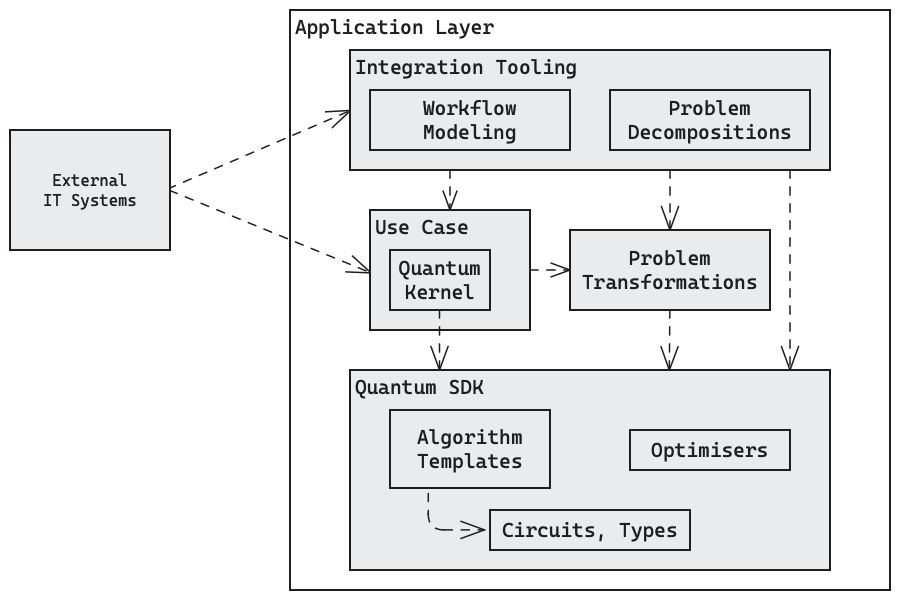
Above: docs/reference-architecture/images/Building-Blocks-L2-Application-Layer.excalidraw.png in FullStaQD/architecture (Excalidraw), before the change. Source tidied: one line per element, renumbered; positions are measured from the earlier drawing's top-left corner, leaving out a move shared by most shapes. Source of this version:
```json
{"id": 0, "type": "rectangle", "strokeColor": "#1e1e1e", "backgroundColor": "#ffffff", "fillStyle": "solid", "strokeWidth": 1, "roughness": 0, "x": 280, "y": 0, "width": 600, "height": 580}
{"id": 1, "type": "text", "text": "Application Layer", "strokeColor": "#1e1e1e", "strokeWidth": 1, "roughness": 0, "fontSize": 20, "fontFamily": 3, "inside": 0, "x": 285, "y": 5, "width": 199, "height": 24}
{"id": 2, "type": "arrow", "strokeColor": "#1e1e1e", "backgroundColor": "#e9ecef", "fillStyle": "solid", "strokeWidth": 1, "strokeStyle": "dashed", "roughness": 0, "endArrowhead": "arrow", "round": true, "from": 31, "to": 3, "x": 158, "y": 179, "width": 183, "height": 78, "points": [[0, 0], [183, -78]]}
{"id": 3, "type": "rectangle", "strokeColor": "#1e1e1e", "backgroundColor": "#e9ecef", "fillStyle": "solid", "strokeWidth": 1, "roughness": 0, "x": 340, "y": 40, "width": 480, "height": 120}
{"id": 4, "type": "text", "text": "Integration Tooling", "strokeColor": "#1e1e1e", "backgroundColor": "#ffffff", "fillStyle": "solid", "strokeWidth": 1, "roughness": 0, "fontSize": 20, "fontFamily": 3, "inside": 3, "x": 345, "y": 45, "width": 223, "height": 24}
{"id": 5, "type": "rectangle", "strokeColor": "#1e1e1e", "backgroundColor": "#e9ecef", "fillStyle": "solid", "strokeWidth": 1, "roughness": 0, "x": 340, "y": 360, "width": 480, "height": 200}
{"id": 6, "type": "text", "text": "Quantum SDK", "strokeColor": "#1e1e1e", "backgroundColor": "#ffffff", "fillStyle": "solid", "strokeWidth": 1, "roughness": 0, "fontSize": 20, "fontFamily": 3, "inside": 5, "x": 345, "y": 365, "width": 129, "height": 24}
{"id": 7, "type": "rectangle", "strokeColor": "#1e1e1e", "backgroundColor": "#e9ecef", "fillStyle": "solid", "strokeWidth": 1, "roughness": 0, "x": 560, "y": 220, "width": 200, "height": 80}
{"id": 8, "type": "text", "text": "Problem\nTransformations", "strokeColor": "#1e1e1e", "backgroundColor": "#ffffff", "fillStyle": "solid", "strokeWidth": 1, "roughness": 0, "fontSize": 20, "fontFamily": 3, "textAlign": "center", "verticalAlign": "middle", "inside": 7, "x": 572, "y": 236, "width": 176, "height": 48}
{"id": 9, "type": "rectangle", "strokeColor": "#1e1e1e", "backgroundColor": "#e9ecef", "fillStyle": "solid", "strokeWidth": 1, "roughness": 0, "x": 380, "y": 400, "width": 160, "height": 78}
{"id": 10, "type": "text", "text": "Algorithm\nTemplates", "strokeColor": "#1e1e1e", "backgroundColor": "#ffffff", "fillStyle": "solid", "strokeWidth": 1, "roughness": 0, "fontSize": 20, "fontFamily": 3, "textAlign": "center", "verticalAlign": "middle", "inside": 9, "x": 407, "y": 415, "width": 105, "height": 48}
{"id": 11, "type": "rectangle", "strokeColor": "#1e1e1e", "backgroundColor": "#e9ecef", "fillStyle": "solid", "strokeWidth": 1, "roughness": 0, "x": 480, "y": 500, "width": 200, "height": 40}
{"id": 12, "type": "text", "text": "Circuits, Types", "strokeColor": "#1e1e1e", "backgroundColor": "#ffffff", "fillStyle": "solid", "strokeWidth": 1, "roughness": 0, "fontSize": 20, "fontFamily": 3, "textAlign": "center", "verticalAlign": "middle", "inside": 11, "x": 492, "y": 508, "width": 176, "height": 24}
{"id": 13, "type": "rectangle", "strokeColor": "#1e1e1e", "backgroundColor": "#e9ecef", "fillStyle": "solid", "strokeWidth": 1, "roughness": 0, "x": 620, "y": 420, "width": 160, "height": 40}
{"id": 14, "type": "text", "text": "Optimisers", "strokeColor": "#1e1e1e", "backgroundColor": "#ffffff", "fillStyle": "solid", "strokeWidth": 1, "roughness": 0, "fontSize": 20, "fontFamily": 3, "textAlign": "center", "verticalAlign": "middle", "inside": 13, "x": 641, "y": 428, "width": 117, "height": 24}
{"id": 15, "type": "arrow", "strokeColor": "#1e1e1e", "backgroundColor": "#e9ecef", "fillStyle": "solid", "strokeWidth": 1, "strokeStyle": "dashed", "roughness": 0, "endArrowhead": "arrow", "from": 9, "to": 11, "x": 418, "y": 484, "width": 56, "height": 36, "points": [[0, 0], [0, 36], [56, 36]]}
{"id": 16, "type": "arrow", "strokeColor": "#1e1e1e", "backgroundColor": "#e9ecef", "fillStyle": "solid", "strokeWidth": 1, "strokeStyle": "dashed", "roughness": 0, "endArrowhead": "arrow", "round": true, "from": 7, "x": 660, "y": 300, "width": 1, "height": 60, "points": [[0, 0], [-1, 60]]}
{"id": 17, "type": "rectangle", "strokeColor": "#1e1e1e", "backgroundColor": "#e9ecef", "fillStyle": "solid", "strokeWidth": 1, "roughness": 0, "x": 600, "y": 80, "width": 200, "height": 60}
{"id": 18, "type": "text", "text": "Problem\nDecompositions", "strokeColor": "#1e1e1e", "backgroundColor": "#ffffff", "fillStyle": "solid", "strokeWidth": 1, "roughness": 0, "fontSize": 20, "fontFamily": 3, "textAlign": "center", "verticalAlign": "middle", "inside": 17, "x": 618, "y": 86, "width": 164, "height": 48}
{"id": 19, "type": "arrow", "strokeColor": "#1e1e1e", "backgroundColor": "#e9ecef", "fillStyle": "solid", "strokeWidth": 1, "strokeStyle": "dashed", "roughness": 0, "endArrowhead": "arrow", "round": true, "x": 660, "y": 160, "width": 0, "height": 60, "points": [[0, 0], [0, 60]]}
{"id": 20, "type": "arrow", "strokeColor": "#1e1e1e", "backgroundColor": "#e9ecef", "fillStyle": "solid", "strokeWidth": 1, "strokeStyle": "dashed", "roughness": 0, "endArrowhead": "arrow", "round": true, "x": 780, "y": 160, "width": 0, "height": 200, "points": [[0, 0], [0, 200]]}
{"id": 21, "type": "arrow", "strokeColor": "#1e1e1e", "backgroundColor": "#e9ecef", "fillStyle": "solid", "strokeWidth": 1, "strokeStyle": "dashed", "roughness": 0, "endArrowhead": "arrow", "round": true, "x": 440, "y": 160, "width": 0, "height": 40, "points": [[0, 0], [0, 40]]}
{"id": 22, "type": "arrow", "strokeColor": "#1e1e1e", "backgroundColor": "#e9ecef", "fillStyle": "solid", "strokeWidth": 1, "strokeStyle": "dashed", "roughness": 0, "endArrowhead": "arrow", "round": true, "x": 520, "y": 260, "width": 40, "height": 0, "points": [[0, 0], [40, 0]]}
{"id": 23, "type": "arrow", "strokeColor": "#1e1e1e", "backgroundColor": "#e9ecef", "fillStyle": "solid", "strokeWidth": 1, "strokeStyle": "dashed", "roughness": 0, "endArrowhead": "arrow", "round": true, "from": 31, "to": 24, "x": 160, "y": 180, "width": 201, "height": 82, "points": [[0, 0], [201, 82]]}
{"id": 24, "type": "rectangle", "strokeColor": "#1e1e1e", "backgroundColor": "#e9ecef", "fillStyle": "solid", "strokeWidth": 1, "roughness": 0, "x": 360, "y": 200, "width": 160, "height": 120}
{"id": 25, "type": "text", "text": "Use Case", "strokeColor": "#1e1e1e", "backgroundColor": "#ffffff", "fillStyle": "solid", "strokeWidth": 1, "roughness": 0, "fontSize": 20, "fontFamily": 3, "inside": 24, "x": 365, "y": 205, "width": 94, "height": 24}
{"id": 26, "type": "rectangle", "strokeColor": "#1e1e1e", "backgroundColor": "#e9ecef", "fillStyle": "solid", "strokeWidth": 1, "roughness": 0, "x": 380, "y": 240, "width": 100, "height": 60}
{"id": 27, "type": "text", "text": "Quantum\nKernel", "strokeColor": "#1e1e1e", "backgroundColor": "#ffffff", "fillStyle": "solid", "strokeWidth": 1, "roughness": 0, "fontSize": 20, "fontFamily": 3, "textAlign": "center", "verticalAlign": "middle", "inside": 26, "x": 389, "y": 246, "width": 82, "height": 48}
{"id": 28, "type": "rectangle", "strokeColor": "#1e1e1e", "backgroundColor": "#e9ecef", "fillStyle": "solid", "strokeWidth": 1, "roughness": 0, "x": 360, "y": 80, "width": 200, "height": 60}
{"id": 29, "type": "text", "text": "Workflow\nModeling", "strokeColor": "#1e1e1e", "backgroundColor": "#ffffff", "fillStyle": "solid", "strokeWidth": 1, "roughness": 0, "fontSize": 20, "fontFamily": 3, "textAlign": "center", "verticalAlign": "middle", "inside": 28, "x": 413, "y": 86, "width": 94, "height": 48}
{"id": 30, "type": "arrow", "strokeColor": "#1e1e1e", "backgroundColor": "#e9ecef", "fillStyle": "solid", "strokeWidth": 1, "strokeStyle": "dashed", "roughness": 0, "endArrowhead": "arrow", "round": true, "x": 430, "y": 300, "width": 0, "height": 60, "points": [[0, 0], [0, 60]]}
{"id": 31, "type": "rectangle", "strokeColor": "#1e1e1e", "backgroundColor": "#e9ecef", "fillStyle": "solid", "strokeWidth": 1, "roughness": 0, "x": 0, "y": 120, "width": 160, "height": 120}
{"id": 32, "type": "text", "text": "External\nIT Systems", "strokeColor": "#1e1e1e", "backgroundColor": "#e9ecef", "fillStyle": "solid", "strokeWidth": 1, "roughness": 0, "fontSize": 16, "fontFamily": 3, "textAlign": "center", "verticalAlign": "middle", "inside": 31, "x": 33, "y": 161, "width": 94, "height": 38}
```
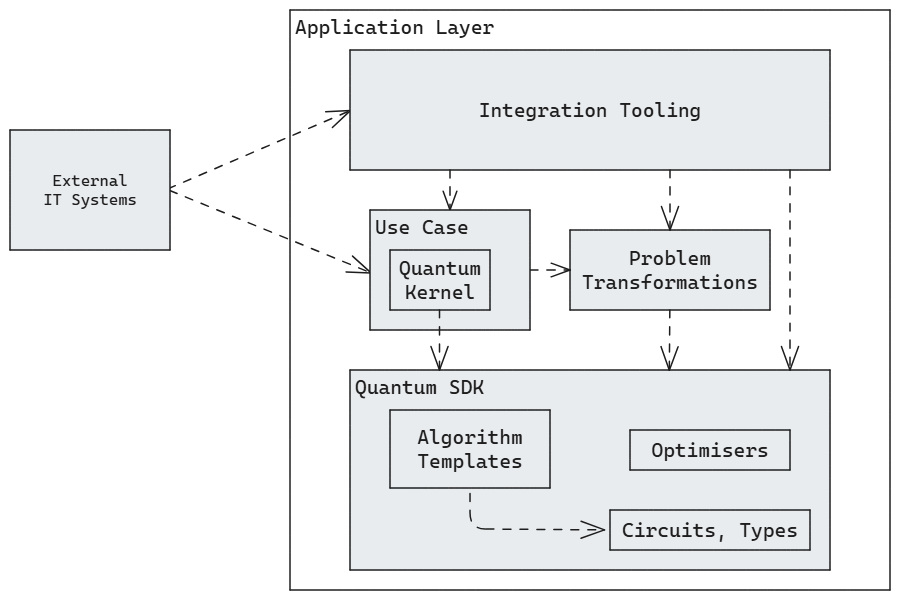
The same file after the commit.

What changed in the source:
```diff
@@ -2,21 +2,19 @@
 {"id": 1, "type": "text", "text": "Application Layer", "strokeColor": "#1e1e1e", "strokeWidth": 1, "roughness": 0, "fontSize": 20, "fontFamily": 3, "inside": 0, "x": 285, "y": 5, "width": 199, "height": 24}
 {"id": 2, "type": "arrow", "strokeColor": "#1e1e1e", "backgroundColor": "#e9ecef", "fillStyle": "solid", "strokeWidth": 1, "strokeStyle": "dashed", "roughness": 0, "endArrowhead": "arrow", "round": true, "from": 31, "to": 3, "x": 158, "y": 179, "width": 183, "height": 78, "points": [[0, 0], [183, -78]]}
 {"id": 3, "type": "rectangle", "strokeColor": "#1e1e1e", "backgroundColor": "#e9ecef", "fillStyle": "solid", "strokeWidth": 1, "roughness": 0, "x": 340, "y": 40, "width": 480, "height": 120}
-{"id": 4, "type": "text", "text": "Integration Tooling", "strokeColor": "#1e1e1e", "backgroundColor": "#ffffff", "fillStyle": "solid", "strokeWidth": 1, "roughness": 0, "fontSize": 20, "fontFamily": 3, "inside": 3, "x": 345, "y": 45, "width": 223, "height": 24}
+{"id": 4, "type": "text", "text": "Integration Tooling", "strokeColor": "#1e1e1e", "backgroundColor": "#ffffff", "fillStyle": "solid", "strokeWidth": 1, "roughness": 0, "fontSize": 20, "fontFamily": 3, "textAlign": "center", "verticalAlign": "middle", "inside": 3, "x": 469, "y": 88, "width": 223, "height": 24}
 {"id": 5, "type": "rectangle", "strokeColor": "#1e1e1e", "backgroundColor": "#e9ecef", "fillStyle": "solid", "strokeWidth": 1, "roughness": 0, "x": 340, "y": 360, "width": 480, "height": 200}
 {"id": 6, "type": "text", "text": "Quantum SDK", "strokeColor": "#1e1e1e", "backgroundColor": "#ffffff", "fillStyle": "solid", "strokeWidth": 1, "roughness": 0, "fontSize": 20, "fontFamily": 3, "inside": 5, "x": 345, "y": 365, "width": 129, "height": 24}
 {"id": 7, "type": "rectangle", "strokeColor": "#1e1e1e", "backgroundColor": "#e9ecef", "fillStyle": "solid", "strokeWidth": 1, "roughness": 0, "x": 560, "y": 220, "width": 200, "height": 80}
 {"id": 8, "type": "text", "text": "Problem\nTransformations", "strokeColor": "#1e1e1e", "backgroundColor": "#ffffff", "fillStyle": "solid", "strokeWidth": 1, "roughness": 0, "fontSize": 20, "fontFamily": 3, "textAlign": "center", "verticalAlign": "middle", "inside": 7, "x": 572, "y": 236, "width": 176, "height": 48}
 {"id": 9, "type": "rectangle", "strokeColor": "#1e1e1e", "backgroundColor": "#e9ecef", "fillStyle": "solid", "strokeWidth": 1, "roughness": 0, "x": 380, "y": 400, "width": 160, "height": 78}
 {"id": 10, "type": "text", "text": "Algorithm\nTemplates", "strokeColor": "#1e1e1e", "backgroundColor": "#ffffff", "fillStyle": "solid", "strokeWidth": 1, "roughness": 0, "fontSize": 20, "fontFamily": 3, "textAlign": "center", "verticalAlign": "middle", "inside": 9, "x": 407, "y": 415, "width": 105, "height": 48}
-{"id": 11, "type": "rectangle", "strokeColor": "#1e1e1e", "backgroundColor": "#e9ecef", "fillStyle": "solid", "strokeWidth": 1, "roughness": 0, "x": 480, "y": 500, "width": 200, "height": 40}
+{"id": 11, "type": "rectangle", "strokeColor": "#1e1e1e", "backgroundColor": "#e9ecef", "fillStyle": "solid", "strokeWidth": 1, "roughness": 0, "x": 600, "y": 500, "width": 200, "height": 40}
-{"id": 12, "type": "text", "text": "Circuits, Types", "strokeColor": "#1e1e1e", "backgroundColor": "#ffffff", "fillStyle": "solid", "strokeWidth": 1, "roughness": 0, "fontSize": 20, "fontFamily": 3, "textAlign": "center", "verticalAlign": "middle", "inside": 11, "x": 492, "y": 508, "width": 176, "height": 24}
+{"id": 12, "type": "text", "text": "Circuits, Types", "strokeColor": "#1e1e1e", "backgroundColor": "#ffffff", "fillStyle": "solid", "strokeWidth": 1, "roughness": 0, "fontSize": 20, "fontFamily": 3, "textAlign": "center", "verticalAlign": "middle", "inside": 11, "x": 612, "y": 508, "width": 176, "height": 24}
 {"id": 13, "type": "rectangle", "strokeColor": "#1e1e1e", "backgroundColor": "#e9ecef", "fillStyle": "solid", "strokeWidth": 1, "roughness": 0, "x": 620, "y": 420, "width": 160, "height": 40}
 {"id": 14, "type": "text", "text": "Optimisers", "strokeColor": "#1e1e1e", "backgroundColor": "#ffffff", "fillStyle": "solid", "strokeWidth": 1, "roughness": 0, "fontSize": 20, "fontFamily": 3, "textAlign": "center", "verticalAlign": "middle", "inside": 13, "x": 641, "y": 428, "width": 117, "height": 24}
-{"id": 15, "type": "arrow", "strokeColor": "#1e1e1e", "backgroundColor": "#e9ecef", "fillStyle": "solid", "strokeWidth": 1, "strokeStyle": "dashed", "roughness": 0, "endArrowhead": "arrow", "from": 9, "to": 11, "x": 418, "y": 484, "width": 56, "height": 36, "points": [[0, 0], [0, 36], [56, 36]]}
+{"id": 15, "type": "arrow", "strokeColor": "#1e1e1e", "backgroundColor": "#e9ecef", "fillStyle": "solid", "strokeWidth": 1, "strokeStyle": "dashed", "roughness": 0, "endArrowhead": "arrow", "from": 9, "to": 11, "x": 460, "y": 484, "width": 134, "height": 36, "points": [[0, 0], [0, 35], [134, 36]]}
 {"id": 16, "type": "arrow", "strokeColor": "#1e1e1e", "backgroundColor": "#e9ecef", "fillStyle": "solid", "strokeWidth": 1, "strokeStyle": "dashed", "roughness": 0, "endArrowhead": "arrow", "round": true, "from": 7, "x": 660, "y": 300, "width": 1, "height": 60, "points": [[0, 0], [-1, 60]]}
-{"id": 17, "type": "rectangle", "strokeColor": "#1e1e1e", "backgroundColor": "#e9ecef", "fillStyle": "solid", "strokeWidth": 1, "roughness": 0, "x": 600, "y": 80, "width": 200, "height": 60}
-{"id": 18, "type": "text", "text": "Problem\nDecompositions", "strokeColor": "#1e1e1e", "backgroundColor": "#ffffff", "fillStyle": "solid", "strokeWidth": 1, "roughness": 0, "fontSize": 20, "fontFamily": 3, "textAlign": "center", "verticalAlign": "middle", "inside": 17, "x": 618, "y": 86, "width": 164, "height": 48}
 {"id": 19, "type": "arrow", "strokeColor": "#1e1e1e", "backgroundColor": "#e9ecef", "fillStyle": "solid", "strokeWidth": 1, "strokeStyle": "dashed", "roughness": 0, "endArrowhead": "arrow", "round": true, "x": 660, "y": 160, "width": 0, "height": 60, "points": [[0, 0], [0, 60]]}
 {"id": 20, "type": "arrow", "strokeColor": "#1e1e1e", "backgroundColor": "#e9ecef", "fillStyle": "solid", "strokeWidth": 1, "strokeStyle": "dashed", "roughness": 0, "endArrowhead": "arrow", "round": true, "x": 780, "y": 160, "width": 0, "height": 200, "points": [[0, 0], [0, 200]]}
 {"id": 21, "type": "arrow", "strokeColor": "#1e1e1e", "backgroundColor": "#e9ecef", "fillStyle": "solid", "strokeWidth": 1, "strokeStyle": "dashed", "roughness": 0, "endArrowhead": "arrow", "round": true, "x": 440, "y": 160, "width": 0, "height": 40, "points": [[0, 0], [0, 40]]}
@@ -26,8 +24,6 @@
 {"id": 25, "type": "text", "text": "Use Case", "strokeColor": "#1e1e1e", "backgroundColor": "#ffffff", "fillStyle": "solid", "strokeWidth": 1, "roughness": 0, "fontSize": 20, "fontFamily": 3, "inside": 24, "x": 365, "y": 205, "width": 94, "height": 24}
 {"id": 26, "type": "rectangle", "strokeColor": "#1e1e1e", "backgroundColor": "#e9ecef", "fillStyle": "solid", "strokeWidth": 1, "roughness": 0, "x": 380, "y": 240, "width": 100, "height": 60}
 {"id": 27, "type": "text", "text": "Quantum\nKernel", "strokeColor": "#1e1e1e", "backgroundColor": "#ffffff", "fillStyle": "solid", "strokeWidth": 1, "roughness": 0, "fontSize": 20, "fontFamily": 3, "textAlign": "center", "verticalAlign": "middle", "inside": 26, "x": 389, "y": 246, "width": 82, "height": 48}
-{"id": 28, "type": "rectangle", "strokeColor": "#1e1e1e", "backgroundColor": "#e9ecef", "fillStyle": "solid", "strokeWidth": 1, "roughness": 0, "x": 360, "y": 80, "width": 200, "height": 60}
-{"id": 29, "type": "text", "text": "Workflow\nModeling", "strokeColor": "#1e1e1e", "backgroundColor": "#ffffff", "fillStyle": "solid", "strokeWidth": 1, "roughness": 0, "fontSize": 20, "fontFamily": 3, "textAlign": "center", "verticalAlign": "middle", "inside": 28, "x": 413, "y": 86, "width": 94, "height": 48}
 {"id": 30, "type": "arrow", "strokeColor": "#1e1e1e", "backgroundColor": "#e9ecef", "fillStyle": "solid", "strokeWidth": 1, "strokeStyle": "dashed", "roughness": 0, "endArrowhead": "arrow", "round": true, "x": 430, "y": 300, "width": 0, "height": 60, "points": [[0, 0], [0, 60]]}
 {"id": 31, "type": "rectangle", "strokeColor": "#1e1e1e", "backgroundColor": "#e9ecef", "fillStyle": "solid", "strokeWidth": 1, "roughness": 0, "x": 0, "y": 120, "width": 160, "height": 120}
 {"id": 32, "type": "text", "text": "External\nIT Systems", "strokeColor": "#1e1e1e", "backgroundColor": "#e9ecef", "fillStyle": "solid", "strokeWidth": 1, "roughness": 0, "fontSize": 16, "fontFamily": 3, "textAlign": "center", "verticalAlign": "middle", "inside": 31, "x": 33, "y": 161, "width": 94, "height": 38}
```
